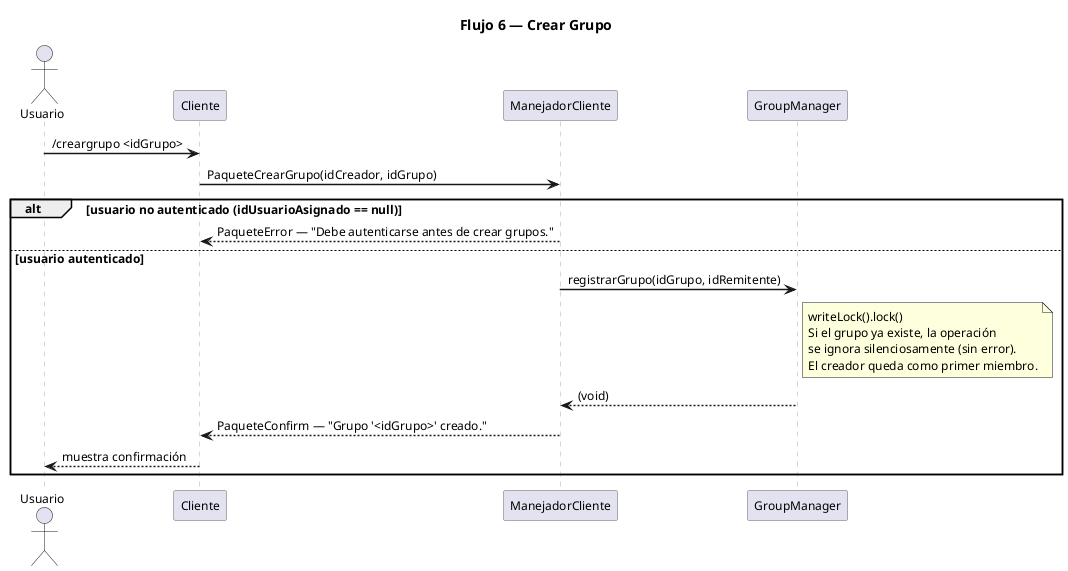
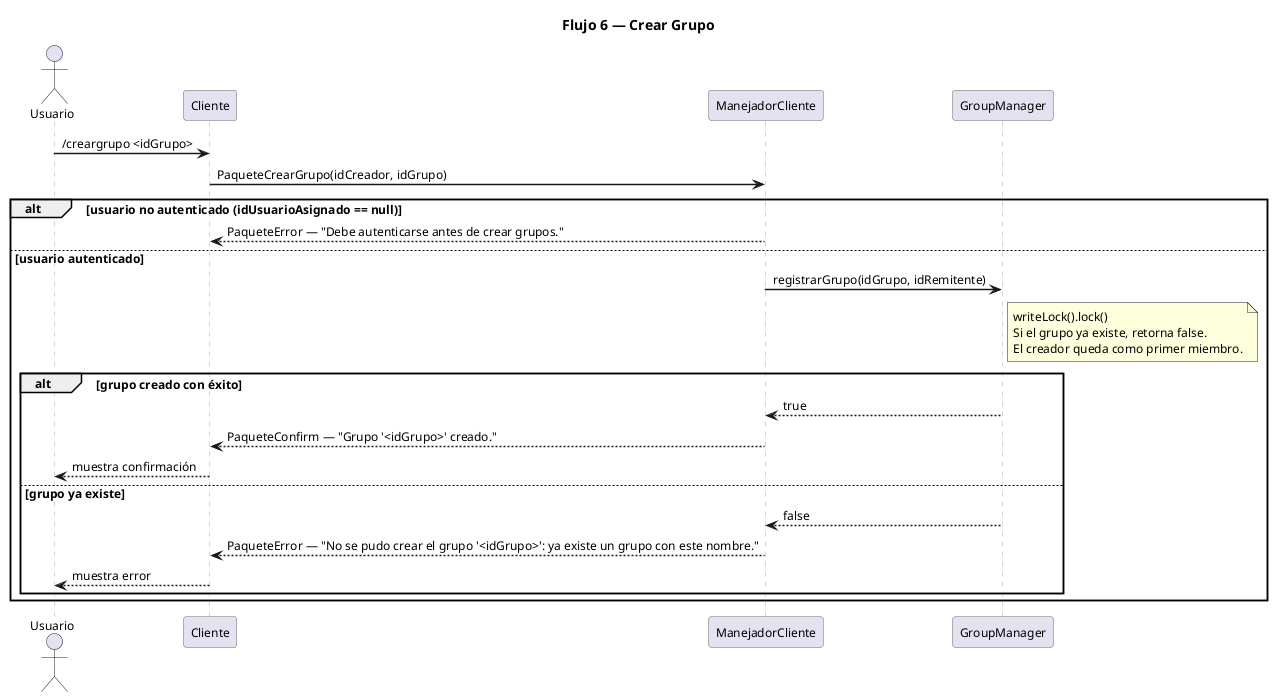
@startuml seq_crear_grupo
title Flujo 6 — Crear Grupo

skinparam sequenceArrowThickness 1.5
skinparam sequenceParticipantBorderColor #666666
skinparam sequenceLifeLineBorderColor #AAAAAA
skinparam defaultFontSize 12
skinparam shadowing false

actor       "Usuario"           as U
participant "Cliente"           as CLI
participant "ManejadorCliente"  as MC
participant "GroupManager"      as GM

U   ->  CLI : /creargrupo <idGrupo>
CLI ->  MC  : PaqueteCrearGrupo(idCreador, idGrupo)

alt usuario no autenticado (idUsuarioAsignado == null)
    MC  --> CLI : PaqueteError — "Debe autenticarse antes de crear grupos."
else usuario autenticado
    MC  ->  GM  : registrarGrupo(idGrupo, idRemitente)

    note right of GM
      writeLock().lock()
-       Si el grupo ya existe, la operación
-       se ignora silenciosamente (sin error).
+       Si el grupo ya existe, retorna false.
      El creador queda como primer miembro.
    end note

-     GM  --> MC  : (void)
-     MC  --> CLI : PaqueteConfirm — "Grupo '<idGrupo>' creado."
-     CLI -->  U  : muestra confirmación
+     alt grupo creado con éxito
+         GM  --> MC  : true
+         MC  --> CLI : PaqueteConfirm — "Grupo '<idGrupo>' creado."
+         CLI -->  U  : muestra confirmación
+     else grupo ya existe
+         GM  --> MC  : false
+         MC  --> CLI : PaqueteError — "No se pudo crear el grupo '<idGrupo>': ya existe un grupo con este nombre."
+         CLI -->  U  : muestra error
+     end
end

@enduml
